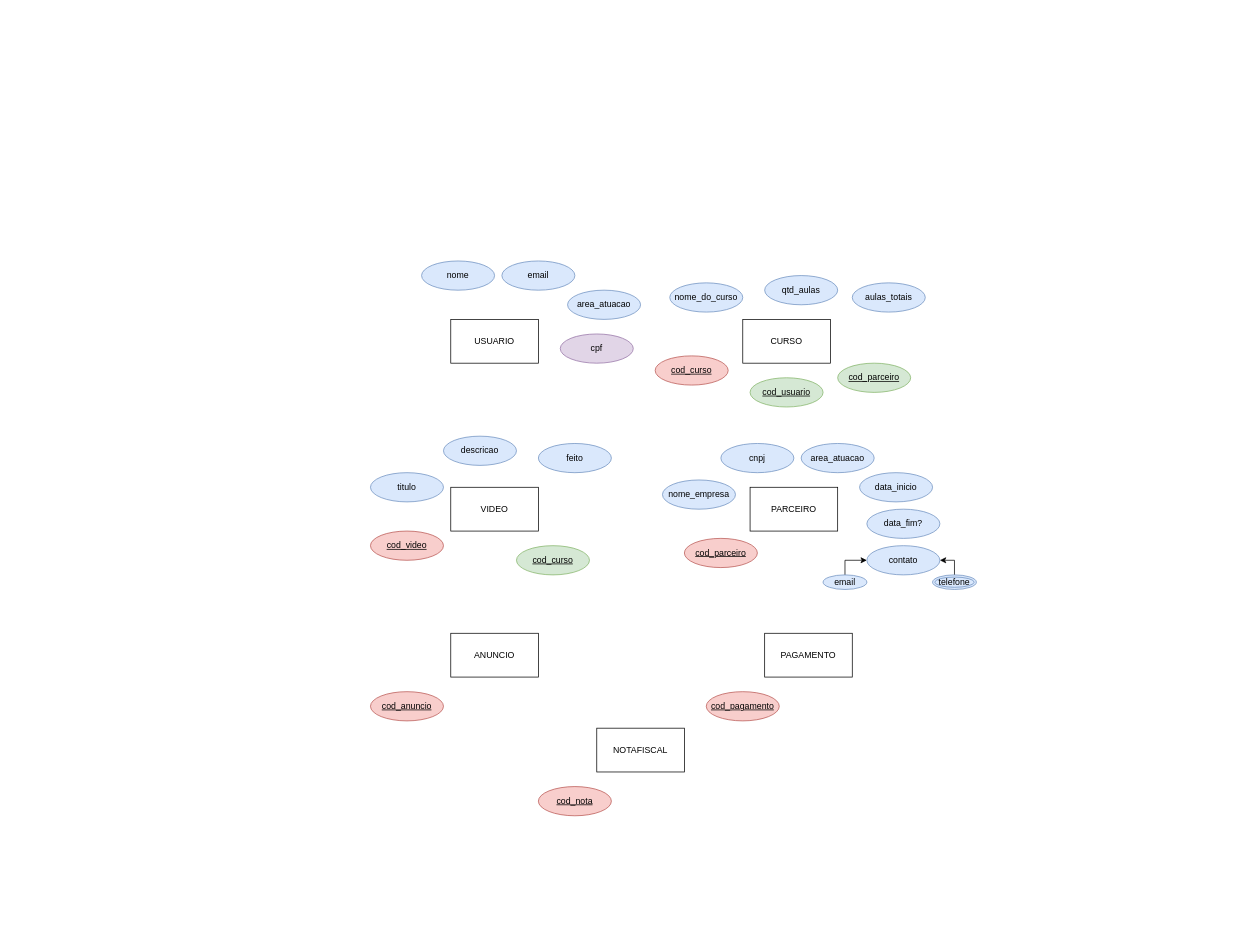
arthurmesquita2001/Banco_de_Dados keeps this draw.io diagram as ST.drawio. Above is the earlier version. Source tidied: cells renumbered, new cells numbered last; positions are measured from the earlier drawing's top-left corner, leaving out a move shared by most shapes. Both pictures are drawn from the tidied source at 73%, with x=0, y=0 at pixel (370, 261).
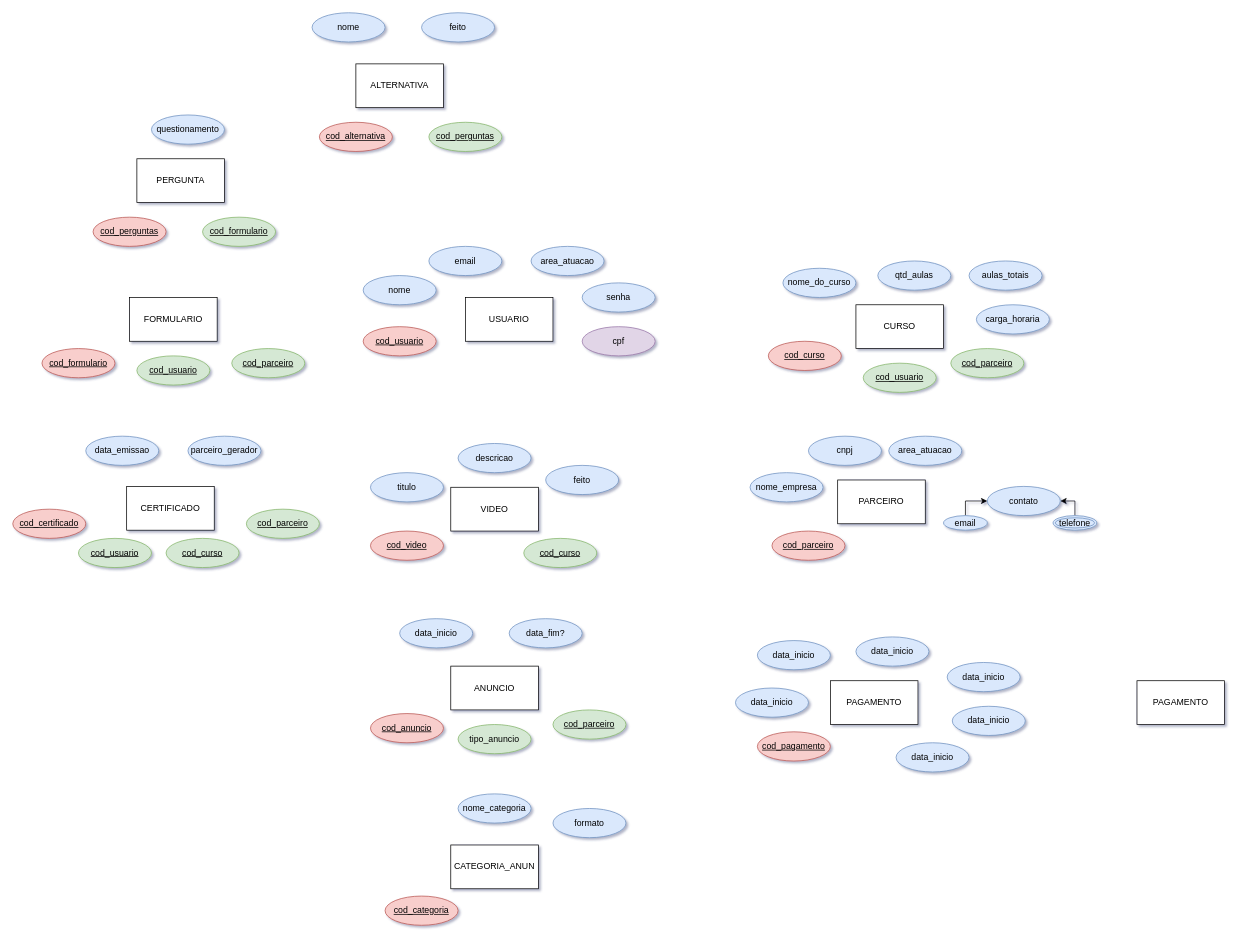
The same diagram, later.

What changed in the source:
```diff
@@
-<mxGraphModel>
+<mxGraphModel shadow="1">
@@
     <mxCell id="2" value="USUARIO" style="rounded=0;whiteSpace=wrap;html=1;" parent="1" vertex="1">
-      <mxGeometry x="110" y="80" width="120" height="60" as="geometry" />
+      <mxGeometry x="130" y="50" width="120" height="60" as="geometry" />
     </mxCell>
     <mxCell id="3" value="email" style="ellipse;whiteSpace=wrap;html=1;align=center;fillColor=#dae8fc;strokeColor=#6c8ebf;" parent="1" vertex="1">
-      <mxGeometry x="180" width="100" height="40" as="geometry" />
+      <mxGeometry x="80" y="-20" width="100" height="40" as="geometry" />
     </mxCell>
     <mxCell id="4" value="nome" style="ellipse;whiteSpace=wrap;html=1;align=center;fillColor=#dae8fc;strokeColor=#6c8ebf;" parent="1" vertex="1">
-      <mxGeometry x="70" width="100" height="40" as="geometry" />
+      <mxGeometry x="-10" y="20" width="100" height="40" as="geometry" />
     </mxCell>
     <mxCell id="5" value="cpf" style="ellipse;whiteSpace=wrap;html=1;align=center;fillColor=#e1d5e7;strokeColor=#9673a6;" parent="1" vertex="1">
-      <mxGeometry x="260" y="100" width="100" height="40" as="geometry" />
+      <mxGeometry x="290" y="90" width="100" height="40" as="geometry" />
     </mxCell>
     <mxCell id="6" value="CURSO" style="rounded=0;whiteSpace=wrap;html=1;" parent="1" vertex="1">
-      <mxGeometry x="510" y="80" width="120" height="60" as="geometry" />
+      <mxGeometry x="665" y="60" width="120" height="60" as="geometry" />
     </mxCell>
     <mxCell id="7" value="cod_curso" style="ellipse;whiteSpace=wrap;html=1;align=center;fontStyle=4;fillColor=#f8cecc;strokeColor=#b85450;" parent="1" vertex="1">
-      <mxGeometry x="390" y="130" width="100" height="40" as="geometry" />
+      <mxGeometry x="545" y="110" width="100" height="40" as="geometry" />
     </mxCell>
     <mxCell id="8" value="cod_usuario" style="ellipse;whiteSpace=wrap;html=1;align=center;fontStyle=4;fillColor=#d5e8d4;strokeColor=#82b366;" parent="1" vertex="1">
-      <mxGeometry x="520" y="160" width="100" height="40" as="geometry" />
+      <mxGeometry x="675" y="140" width="100" height="40" as="geometry" />
     </mxCell>
     <mxCell id="9" value="qtd_aulas" style="ellipse;whiteSpace=wrap;html=1;align=center;fillColor=#dae8fc;strokeColor=#6c8ebf;" parent="1" vertex="1">
-      <mxGeometry x="540" y="20" width="100" height="40" as="geometry" />
+      <mxGeometry x="695" width="100" height="40" as="geometry" />
     </mxCell>
     <mxCell id="10" value="&lt;span&gt;aulas_totais&lt;/span&gt;" style="ellipse;whiteSpace=wrap;html=1;align=center;fillColor=#dae8fc;strokeColor=#6c8ebf;" parent="1" vertex="1">
-      <mxGeometry x="660" y="30" width="100" height="40" as="geometry" />
+      <mxGeometry x="820" width="100" height="40" as="geometry" />
     </mxCell>
@@
     <mxCell id="14" value="descricao" style="ellipse;whiteSpace=wrap;html=1;align=center;fillColor=#dae8fc;strokeColor=#6c8ebf;" parent="1" vertex="1">
-      <mxGeometry x="100" y="240" width="100" height="40" as="geometry" />
+      <mxGeometry x="120" y="250" width="100" height="40" as="geometry" />
     </mxCell>
     <mxCell id="15" value="feito" style="ellipse;whiteSpace=wrap;html=1;align=center;fillColor=#dae8fc;strokeColor=#6c8ebf;" parent="1" vertex="1">
-      <mxGeometry x="230" y="250" width="100" height="40" as="geometry" />
+      <mxGeometry x="240" y="280" width="100" height="40" as="geometry" />
     </mxCell>
     <mxCell id="16" value="PARCEIRO" style="rounded=0;whiteSpace=wrap;html=1;" parent="1" vertex="1">
-      <mxGeometry x="520" y="310" width="120" height="60" as="geometry" />
+      <mxGeometry x="640" y="300" width="120" height="60" as="geometry" />
     </mxCell>
     <mxCell id="17" value="cod_parceiro" style="ellipse;whiteSpace=wrap;html=1;align=center;fontStyle=4;fillColor=#f8cecc;strokeColor=#b85450;" parent="1" vertex="1">
-      <mxGeometry x="430" y="380" width="100" height="40" as="geometry" />
+      <mxGeometry x="550" y="370" width="100" height="40" as="geometry" />
     </mxCell>
     <mxCell id="18" value="cod_parceiro" style="ellipse;whiteSpace=wrap;html=1;align=center;fontStyle=4;fillColor=#d5e8d4;strokeColor=#82b366;" parent="1" vertex="1">
-      <mxGeometry x="640" y="140" width="100" height="40" as="geometry" />
+      <mxGeometry x="795" y="120" width="100" height="40" as="geometry" />
     </mxCell>
     <mxCell id="19" value="ANUNCIO" style="rounded=0;whiteSpace=wrap;html=1;" parent="1" vertex="1">
-      <mxGeometry x="110" y="510" width="120" height="60" as="geometry" />
+      <mxGeometry x="110" y="555" width="120" height="60" as="geometry" />
     </mxCell>
     <mxCell id="20" value="nome_empresa" style="ellipse;whiteSpace=wrap;html=1;align=center;fillColor=#dae8fc;strokeColor=#6c8ebf;" parent="1" vertex="1">
-      <mxGeometry x="400" y="300" width="100" height="40" as="geometry" />
+      <mxGeometry x="520" y="290" width="100" height="40" as="geometry" />
     </mxCell>
     <mxCell id="21" value="cnpj" style="ellipse;whiteSpace=wrap;html=1;align=center;fillColor=#dae8fc;strokeColor=#6c8ebf;" parent="1" vertex="1">
-      <mxGeometry x="480" y="250" width="100" height="40" as="geometry" />
+      <mxGeometry x="600" y="240" width="100" height="40" as="geometry" />
     </mxCell>
     <mxCell id="22" value="area_atuacao" style="ellipse;whiteSpace=wrap;html=1;align=center;fillColor=#dae8fc;strokeColor=#6c8ebf;" parent="1" vertex="1">
-      <mxGeometry x="590" y="250" width="100" height="40" as="geometry" />
+      <mxGeometry x="710" y="240" width="100" height="40" as="geometry" />
     </mxCell>
     <mxCell id="23" value="nome_do_curso" style="ellipse;whiteSpace=wrap;html=1;align=center;fillColor=#dae8fc;strokeColor=#6c8ebf;" parent="1" vertex="1">
-      <mxGeometry x="410" y="30" width="100" height="40" as="geometry" />
+      <mxGeometry x="565" y="10" width="100" height="40" as="geometry" />
     </mxCell>
     <mxCell id="24" value="cod_curso" style="ellipse;whiteSpace=wrap;html=1;align=center;fontStyle=4;fillColor=#d5e8d4;strokeColor=#82b366;" parent="1" vertex="1">
-      <mxGeometry x="200" y="390" width="100" height="40" as="geometry" />
+      <mxGeometry x="210" y="380" width="100" height="40" as="geometry" />
     </mxCell>
-    <mxCell id="25" value="data_inicio" style="ellipse;whiteSpace=wrap;html=1;align=center;fillColor=#dae8fc;strokeColor=#6c8ebf;" parent="1" vertex="1">
-      <mxGeometry x="670" y="290" width="100" height="40" as="geometry" />
-    </mxCell>
     <mxCell id="26" value="PAGAMENTO" style="rounded=0;whiteSpace=wrap;html=1;" parent="1" vertex="1">
-      <mxGeometry x="540" y="510" width="120" height="60" as="geometry" />
+      <mxGeometry x="630" y="575" width="120" height="60" as="geometry" />
     </mxCell>
     <mxCell id="27" value="contato" style="ellipse;whiteSpace=wrap;html=1;fillColor=#dae8fc;strokeColor=#6c8ebf;" parent="1" vertex="1">
-      <mxGeometry x="680" y="390" width="100" height="40" as="geometry" />
+      <mxGeometry x="845" y="308.8" width="100" height="40" as="geometry" />
     </mxCell>
@@
     <mxCell id="29" value="email" style="ellipse;whiteSpace=wrap;html=1;align=center;fontSize=12;fillColor=#dae8fc;strokeColor=#6c8ebf;" parent="1" vertex="1">
-      <mxGeometry x="620" y="430" width="60" height="20" as="geometry" />
+      <mxGeometry x="785" y="348.8" width="60" height="20" as="geometry" />
     </mxCell>
@@
     <mxCell id="31" value="telefone" style="ellipse;shape=doubleEllipse;margin=3;whiteSpace=wrap;html=1;align=center;fillColor=#dae8fc;strokeColor=#6c8ebf;" parent="1" vertex="1">
-      <mxGeometry x="770" y="430" width="60" height="20" as="geometry" />
+      <mxGeometry x="935" y="348.8" width="60" height="20" as="geometry" />
     </mxCell>
@@
     <mxCell id="33" value="area_atuacao" style="ellipse;whiteSpace=wrap;html=1;align=center;fillColor=#dae8fc;strokeColor=#6c8ebf;" parent="1" vertex="1">
-      <mxGeometry x="270" y="40" width="100" height="40" as="geometry" />
+      <mxGeometry x="220" y="-20" width="100" height="40" as="geometry" />
     </mxCell>
     <mxCell id="34" value="cod_anuncio" style="ellipse;whiteSpace=wrap;html=1;align=center;fontStyle=4;fillColor=#f8cecc;strokeColor=#b85450;" parent="1" vertex="1">
-      <mxGeometry y="590" width="100" height="40" as="geometry" />
+      <mxGeometry y="620" width="100" height="40" as="geometry" />
     </mxCell>
+    <mxCell id="37" value="cod_pagamento" style="ellipse;whiteSpace=wrap;html=1;align=center;fontStyle=4;fillColor=#f8cecc;strokeColor=#b85450;" parent="1" vertex="1">
+      <mxGeometry x="530" y="645" width="100" height="40" as="geometry" />
+    </mxCell>
+    <mxCell id="39" value="cod_usuario" style="ellipse;whiteSpace=wrap;html=1;align=center;fontStyle=4;fillColor=#f8cecc;strokeColor=#b85450;" parent="1" vertex="1">
+      <mxGeometry x="-10" y="90" width="100" height="40" as="geometry" />
+    </mxCell>
+    <mxCell id="40" value="senha" style="ellipse;whiteSpace=wrap;html=1;align=center;fillColor=#dae8fc;strokeColor=#6c8ebf;" parent="1" vertex="1">
+      <mxGeometry x="290" y="30" width="100" height="40" as="geometry" />
+    </mxCell>
+    <mxCell id="41" value="data_inicio" style="ellipse;whiteSpace=wrap;html=1;align=center;fillColor=#dae8fc;strokeColor=#6c8ebf;" parent="1" vertex="1">
+      <mxGeometry x="530" y="520" width="100" height="40" as="geometry" />
+    </mxCell>
+    <mxCell id="42" value="data_inicio" style="ellipse;whiteSpace=wrap;html=1;align=center;fillColor=#dae8fc;strokeColor=#6c8ebf;" parent="1" vertex="1">
+      <mxGeometry x="665" y="515" width="100" height="40" as="geometry" />
+    </mxCell>
+    <mxCell id="43" value="data_inicio" style="ellipse;whiteSpace=wrap;html=1;align=center;fillColor=#dae8fc;strokeColor=#6c8ebf;" parent="1" vertex="1">
+      <mxGeometry x="790" y="550" width="100" height="40" as="geometry" />
+    </mxCell>
+    <mxCell id="44" value="data_inicio" style="ellipse;whiteSpace=wrap;html=1;align=center;fillColor=#dae8fc;strokeColor=#6c8ebf;" parent="1" vertex="1">
+      <mxGeometry x="797" y="610" width="100" height="40" as="geometry" />
+    </mxCell>
+    <mxCell id="45" value="data_inicio" style="ellipse;whiteSpace=wrap;html=1;align=center;fillColor=#dae8fc;strokeColor=#6c8ebf;" parent="1" vertex="1">
+      <mxGeometry x="500" y="585" width="100" height="40" as="geometry" />
+    </mxCell>
+    <mxCell id="46" value="data_inicio" style="ellipse;whiteSpace=wrap;html=1;align=center;fillColor=#dae8fc;strokeColor=#6c8ebf;" parent="1" vertex="1">
+      <mxGeometry x="720" y="660" width="100" height="40" as="geometry" />
+    </mxCell>
+    <mxCell id="47" value="PAGAMENTO" style="rounded=0;whiteSpace=wrap;html=1;" parent="1" vertex="1">
+      <mxGeometry x="1050" y="575" width="120" height="60" as="geometry" />
+    </mxCell>
+    <mxCell id="48" value="cod_parceiro" style="ellipse;whiteSpace=wrap;html=1;align=center;fontStyle=4;fillColor=#d5e8d4;strokeColor=#82b366;" parent="1" vertex="1">
+      <mxGeometry x="250" y="615" width="100" height="40" as="geometry" />
+    </mxCell>
+    <mxCell id="49" value="FORMULARIO" style="rounded=0;whiteSpace=wrap;html=1;" parent="1" vertex="1">
+      <mxGeometry x="-330" y="50" width="120" height="60" as="geometry" />
+    </mxCell>
+    <mxCell id="50" value="cod_formulario" style="ellipse;whiteSpace=wrap;html=1;align=center;fontStyle=4;fillColor=#f8cecc;strokeColor=#b85450;" parent="1" vertex="1">
+      <mxGeometry x="-450" y="120" width="100" height="40" as="geometry" />
+    </mxCell>
+    <mxCell id="51" value="tipo_anuncio" style="ellipse;whiteSpace=wrap;html=1;align=center;fillColor=#d5e8d4;strokeColor=#82b366;" parent="1" vertex="1">
+      <mxGeometry x="120" y="635" width="100" height="40" as="geometry" />
+    </mxCell>
+    <mxCell id="52" value="CATEGORIA_ANUN" style="rounded=0;whiteSpace=wrap;html=1;" parent="1" vertex="1">
+      <mxGeometry x="110" y="800" width="120" height="60" as="geometry" />
+    </mxCell>
+    <mxCell id="53" value="cod_categoria" style="ellipse;whiteSpace=wrap;html=1;align=center;fontStyle=4;fillColor=#f8cecc;strokeColor=#b85450;" parent="1" vertex="1">
+      <mxGeometry x="20" y="870" width="100" height="40" as="geometry" />
+    </mxCell>
+    <mxCell id="54" value="nome_categoria" style="ellipse;whiteSpace=wrap;html=1;align=center;fillColor=#dae8fc;strokeColor=#6c8ebf;" parent="1" vertex="1">
+      <mxGeometry x="120" y="730" width="100" height="40" as="geometry" />
+    </mxCell>
+    <mxCell id="55" value="formato" style="ellipse;whiteSpace=wrap;html=1;align=center;fillColor=#dae8fc;strokeColor=#6c8ebf;" parent="1" vertex="1">
+      <mxGeometry x="250" y="750" width="100" height="40" as="geometry" />
+    </mxCell>
+    <mxCell id="56" value="data_inicio" style="ellipse;whiteSpace=wrap;html=1;align=center;fillColor=#dae8fc;strokeColor=#6c8ebf;" parent="1" vertex="1">
+      <mxGeometry x="40" y="490" width="100" height="40" as="geometry" />
+    </mxCell>
     <mxCell id="35" value="data_fim?" style="ellipse;whiteSpace=wrap;html=1;align=center;fillColor=#dae8fc;strokeColor=#6c8ebf;" parent="1" vertex="1">
-      <mxGeometry x="680" y="340" width="100" height="40" as="geometry" />
+      <mxGeometry x="190" y="490" width="100" height="40" as="geometry" />
     </mxCell>
-    <mxCell id="36" value="NOTAFISCAL" style="rounded=0;whiteSpace=wrap;html=1;" parent="1" vertex="1">
-      <mxGeometry x="310" y="640" width="120" height="60" as="geometry" />
-    </mxCell>
-    <mxCell id="37" value="cod_pagamento" style="ellipse;whiteSpace=wrap;html=1;align=center;fontStyle=4;fillColor=#f8cecc;strokeColor=#b85450;" parent="1" vertex="1">
-      <mxGeometry x="460" y="590" width="100" height="40" as="geometry" />
-    </mxCell>
-    <mxCell id="38" value="cod_nota" style="ellipse;whiteSpace=wrap;html=1;align=center;fontStyle=4;fillColor=#f8cecc;strokeColor=#b85450;" parent="1" vertex="1">
-      <mxGeometry x="230" y="720" width="100" height="40" as="geometry" />
-    </mxCell>
+    <mxCell id="57" value="cod_usuario" style="ellipse;whiteSpace=wrap;html=1;align=center;fontStyle=4;fillColor=#d5e8d4;strokeColor=#82b366;" parent="1" vertex="1">
+      <mxGeometry x="-320" y="130" width="100" height="40" as="geometry" />
+    </mxCell>
+    <mxCell id="58" value="CERTIFICADO" style="rounded=0;whiteSpace=wrap;html=1;" parent="1" vertex="1">
+      <mxGeometry x="-334" y="308.8" width="120" height="60" as="geometry" />
+    </mxCell>
+    <mxCell id="59" value="cod_certificado" style="ellipse;whiteSpace=wrap;html=1;align=center;fontStyle=4;fillColor=#f8cecc;strokeColor=#b85450;" parent="1" vertex="1">
+      <mxGeometry x="-490" y="340" width="100" height="40" as="geometry" />
+    </mxCell>
+    <mxCell id="60" value="cod_usuario" style="ellipse;whiteSpace=wrap;html=1;align=center;fontStyle=4;fillColor=#d5e8d4;strokeColor=#82b366;" parent="1" vertex="1">
+      <mxGeometry x="-400" y="380" width="100" height="40" as="geometry" />
+    </mxCell>
+    <mxCell id="61" value="cod_parceiro" style="ellipse;whiteSpace=wrap;html=1;align=center;fontStyle=4;fillColor=#d5e8d4;strokeColor=#82b366;" parent="1" vertex="1">
+      <mxGeometry x="-190" y="120" width="100" height="40" as="geometry" />
+    </mxCell>
+    <mxCell id="62" value="PERGUNTA" style="rounded=0;whiteSpace=wrap;html=1;" parent="1" vertex="1">
+      <mxGeometry x="-320" y="-140" width="120" height="60" as="geometry" />
+    </mxCell>
+    <mxCell id="63" value="cod_perguntas" style="ellipse;whiteSpace=wrap;html=1;align=center;fontStyle=4;fillColor=#f8cecc;strokeColor=#b85450;" parent="1" vertex="1">
+      <mxGeometry x="-380" y="-60" width="100" height="40" as="geometry" />
+    </mxCell>
+    <mxCell id="64" value="cod_formulario" style="ellipse;whiteSpace=wrap;html=1;align=center;fontStyle=4;fillColor=#d5e8d4;strokeColor=#82b366;" parent="1" vertex="1">
+      <mxGeometry x="-230" y="-60" width="100" height="40" as="geometry" />
+    </mxCell>
+    <mxCell id="65" value="questionamento" style="ellipse;whiteSpace=wrap;html=1;align=center;fillColor=#dae8fc;strokeColor=#6c8ebf;" parent="1" vertex="1">
+      <mxGeometry x="-300" y="-200" width="100" height="40" as="geometry" />
+    </mxCell>
+    <mxCell id="66" value="ALTERNATIVA" style="rounded=0;whiteSpace=wrap;html=1;" parent="1" vertex="1">
+      <mxGeometry x="-20" y="-270" width="120" height="60" as="geometry" />
+    </mxCell>
+    <mxCell id="67" value="cod_alternativa" style="ellipse;whiteSpace=wrap;html=1;align=center;fontStyle=4;fillColor=#f8cecc;strokeColor=#b85450;" parent="1" vertex="1">
+      <mxGeometry x="-70" y="-190" width="100" height="40" as="geometry" />
+    </mxCell>
+    <mxCell id="68" value="cod_perguntas" style="ellipse;whiteSpace=wrap;html=1;align=center;fontStyle=4;fillColor=#d5e8d4;strokeColor=#82b366;" parent="1" vertex="1">
+      <mxGeometry x="80" y="-190" width="100" height="40" as="geometry" />
+    </mxCell>
+    <mxCell id="69" value="nome" style="ellipse;whiteSpace=wrap;html=1;align=center;fillColor=#dae8fc;strokeColor=#6c8ebf;" parent="1" vertex="1">
+      <mxGeometry x="-80" y="-340" width="100" height="40" as="geometry" />
+    </mxCell>
+    <mxCell id="70" value="feito" style="ellipse;whiteSpace=wrap;html=1;align=center;fillColor=#dae8fc;strokeColor=#6c8ebf;" parent="1" vertex="1">
+      <mxGeometry x="70" y="-340" width="100" height="40" as="geometry" />
+    </mxCell>
+    <mxCell id="71" value="cod_curso" style="ellipse;whiteSpace=wrap;html=1;align=center;fontStyle=4;fillColor=#d5e8d4;strokeColor=#82b366;" parent="1" vertex="1">
+      <mxGeometry x="-280" y="380" width="100" height="40" as="geometry" />
+    </mxCell>
+    <mxCell id="72" value="data_emissao" style="ellipse;whiteSpace=wrap;html=1;align=center;fillColor=#dae8fc;strokeColor=#6c8ebf;" parent="1" vertex="1">
+      <mxGeometry x="-390" y="240" width="100" height="40" as="geometry" />
+    </mxCell>
+    <mxCell id="73" value="carga_horaria" style="ellipse;whiteSpace=wrap;html=1;align=center;fillColor=#dae8fc;strokeColor=#6c8ebf;" parent="1" vertex="1">
+      <mxGeometry x="830" y="60" width="100" height="40" as="geometry" />
+    </mxCell>
+    <mxCell id="74" value="parceiro_gerador" style="ellipse;whiteSpace=wrap;html=1;align=center;fillColor=#dae8fc;strokeColor=#6c8ebf;" parent="1" vertex="1">
+      <mxGeometry x="-250" y="240" width="100" height="40" as="geometry" />
+    </mxCell>
+    <mxCell id="75" value="cod_parceiro" style="ellipse;whiteSpace=wrap;html=1;align=center;fontStyle=4;fillColor=#d5e8d4;strokeColor=#82b366;" parent="1" vertex="1">
+      <mxGeometry x="-170" y="340" width="100" height="40" as="geometry" />
+    </mxCell>
```
